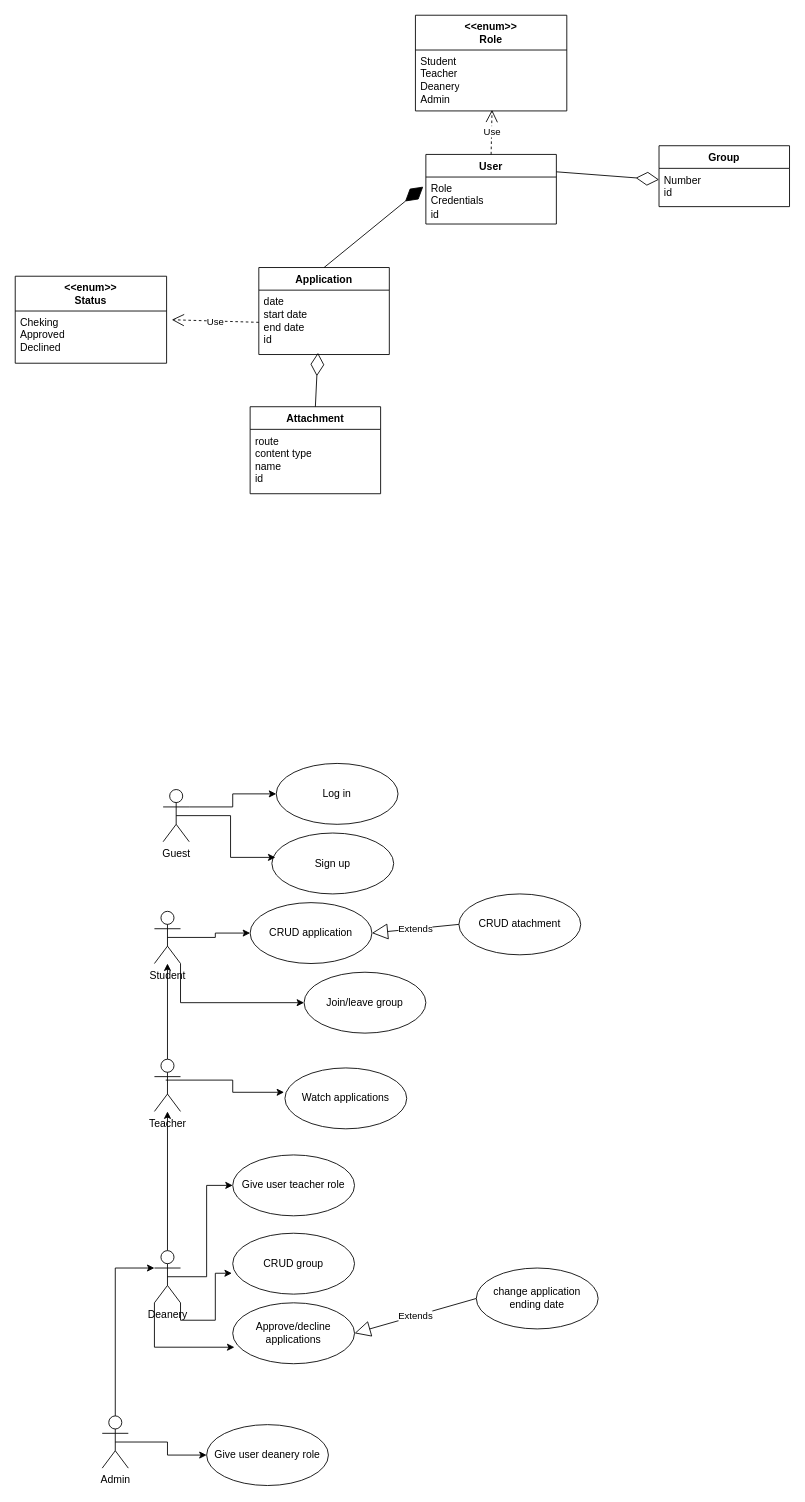
This is ZpraVki.drawio.xml from russkoepoleexperimentov/OKR_hits, a draw.io file, before an edit. Source tidied: cells renumbered, new cells numbered last; positions are measured from the earlier drawing's top-left corner, leaving out a move shared by most shapes. Both pictures are drawn from the tidied source at 87%, with x=0, y=0 at pixel (15, 15).
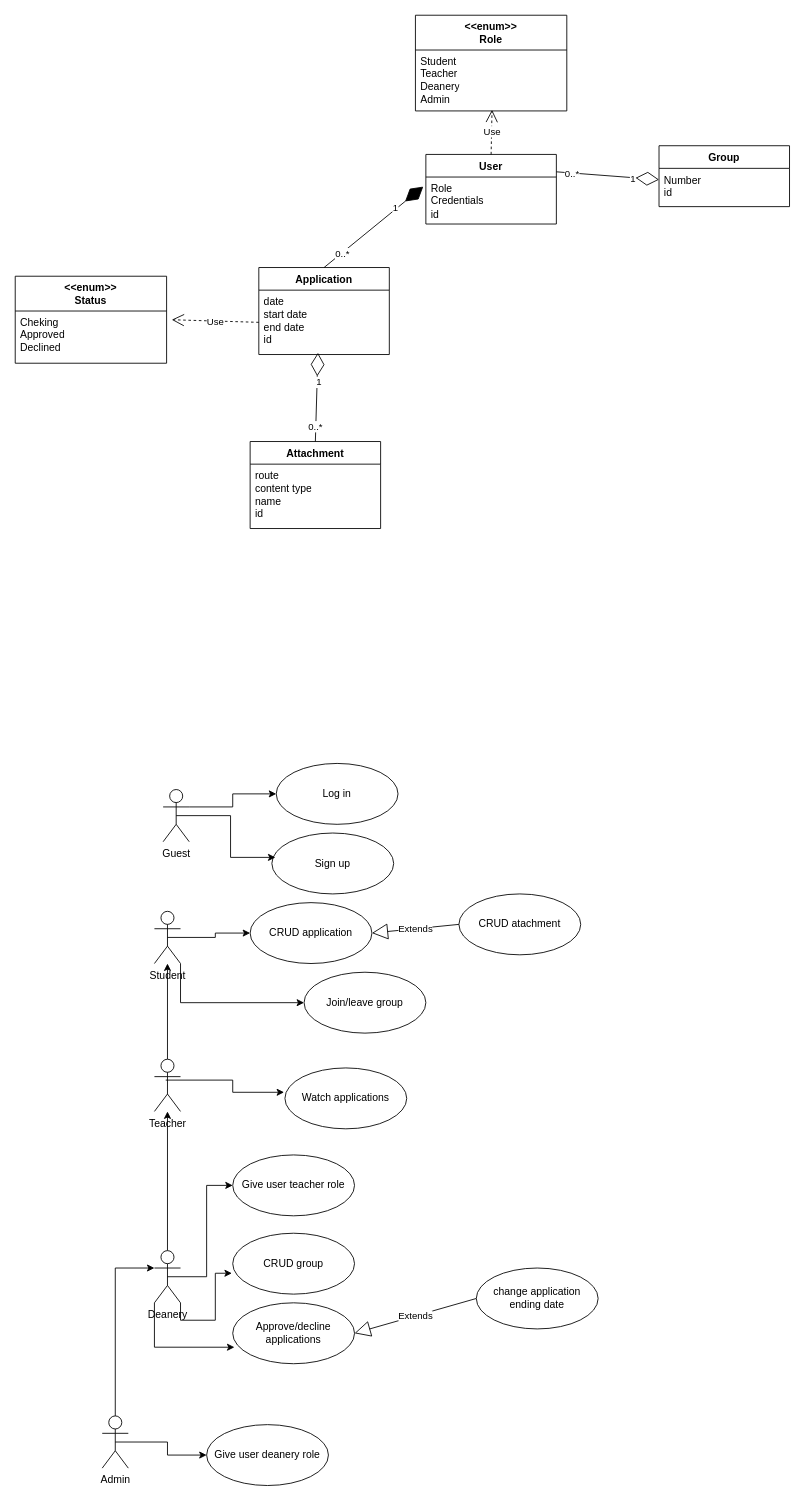
Above is the later version.

Commit message:
dobavil kardinalnie 4isla

The change refers to these unchanged cells:
```xml
<mxCell id="13" style="endArrow=diamondThin;endFill=0;endSize=24;html=1;rounded=0;exitX=1;exitY=0.25;exitDx=0;exitDy=0;entryX=0;entryY=0.295;entryDx=0;entryDy=0;entryPerimeter=0;" parent="1" edge="1" source="2" target="5">
  <mxGeometry relative="1" as="geometry" />
</mxCell>
<mxCell id="14" style="endArrow=diamondThin;endFill=1;endSize=24;html=1;rounded=0;exitX=0.5;exitY=0;exitDx=0;exitDy=0;entryX=-0.02;entryY=0.204;entryDx=0;entryDy=0;entryPerimeter=0;" parent="1" edge="1" source="6" target="3">
  <mxGeometry relative="1" as="geometry" />
</mxCell>
<mxCell id="15" style="endArrow=diamondThin;endFill=0;endSize=24;html=1;rounded=0;entryX=0.453;entryY=0.973;entryDx=0;entryDy=0;exitX=0.5;exitY=0;exitDx=0;exitDy=0;entryPerimeter=0;" parent="1" edge="1" source="8" target="7">
  <mxGeometry relative="1" as="geometry" />
</mxCell>
```

Change to the diagram source:
```diff
@@
     <mxCell id="8" value="Attachment" style="swimlane;fontStyle=1;align=center;verticalAlign=top;horizontal=1;startSize=26;whiteSpace=wrap;html=1;" parent="1" vertex="1">
-      <mxGeometry x="270" y="450" width="150" height="100" as="geometry" />
+      <mxGeometry x="270" y="490" width="150" height="100" as="geometry" />
     </mxCell>
@@
+    <mxCell id="49" value="0..*" style="edgeLabel;html=1;align=center;verticalAlign=middle;" parent="13" vertex="1">
+      <mxGeometry x="-0.69" y="-1" relative="1" as="geometry" />
+    </mxCell>
+    <mxCell id="50" value="1" style="edgeLabel;html=1;align=center;verticalAlign=middle;" parent="13" vertex="1">
+      <mxGeometry x="0.49" y="-1" relative="1" as="geometry" />
+    </mxCell>
@@
+    <mxCell id="51" value="&lt;div&gt;0..*&lt;/div&gt;" style="edgeLabel;html=1;align=center;verticalAlign=middle;" parent="14" vertex="1">
+      <mxGeometry x="-0.65" relative="1" as="geometry" />
+    </mxCell>
+    <mxCell id="52" value="1" style="edgeLabel;html=1;align=center;verticalAlign=middle;" parent="14" vertex="1">
+      <mxGeometry x="0.45" y="2" relative="1" as="geometry" />
+    </mxCell>
@@
+    <mxCell id="53" value="1" style="edgeLabel;html=1;align=center;verticalAlign=middle;" parent="15" vertex="1">
+      <mxGeometry x="0.35" y="-2" relative="1" as="geometry" />
+    </mxCell>
+    <mxCell id="54" value="0..*" style="edgeLabel;html=1;align=center;verticalAlign=middle;" parent="15" vertex="1">
+      <mxGeometry x="-0.67" y="1" relative="1" as="geometry" />
+    </mxCell>
```
